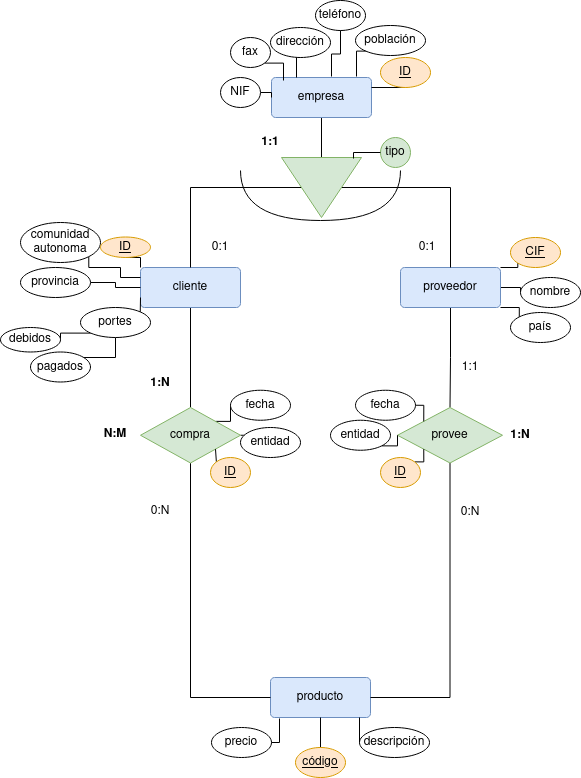
Above: Unidad-1/Tareas./Simulacro de examen/Empresa.drawio.png in mdiogc/base-datos (draw.io), before the change. Source tidied: cells renumbered, new cells last; positions are measured from the earlier drawing's top-left corner, leaving out a move shared by most shapes.
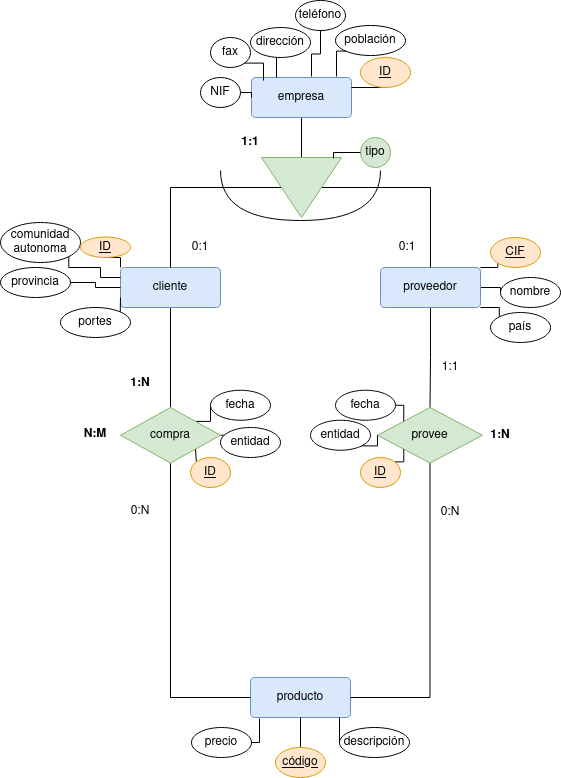
The same file after the commit.

What changed in the source:
```diff
@@ -110,12 +110,6 @@
     <mxCell id="35" style="edgeStyle=orthogonalEdgeStyle;rounded=0;jettySize=auto;html=1;exitX=1;exitY=0;exitDx=0;exitDy=0;entryX=0;entryY=0.75;entryDx=0;entryDy=0;endArrow=none;endFill=0;" parent="1" edge="1" source="38" target="3">
       <mxGeometry relative="1" as="geometry" />
     </mxCell>
-    <mxCell id="36" style="edgeStyle=orthogonalEdgeStyle;rounded=0;jettySize=auto;html=1;endArrow=none;endFill=0;" parent="1" edge="1" source="38" target="42">
-      <mxGeometry relative="1" as="geometry" />
-    </mxCell>
-    <mxCell id="37" style="edgeStyle=orthogonalEdgeStyle;rounded=0;jettySize=auto;html=1;exitX=0;exitY=1;exitDx=0;exitDy=0;entryX=1;entryY=0.5;entryDx=0;entryDy=0;endArrow=none;endFill=0;" parent="1" edge="1" source="38" target="41">
-      <mxGeometry relative="1" as="geometry" />
-    </mxCell>
     <mxCell id="38" value="portes" style="ellipse;whiteSpace=wrap;html=1;align=center;" parent="1" vertex="1">
       <mxGeometry x="80" y="307" width="70" height="30" as="geometry" />
     </mxCell>
@@ -125,12 +119,6 @@
     <mxCell id="40" value="&lt;u&gt;ID&lt;/u&gt;" style="ellipse;whiteSpace=wrap;html=1;align=center;fillColor=#ffe6cc;strokeColor=#d79b00;" parent="1" vertex="1">
       <mxGeometry x="100" y="236.5" width="50" height="20.5" as="geometry" />
     </mxCell>
-    <mxCell id="41" value="debidos" style="ellipse;whiteSpace=wrap;html=1;align=center;" parent="1" vertex="1">
-      <mxGeometry y="327" width="60" height="24.5" as="geometry" />
-    </mxCell>
-    <mxCell id="42" value="pagados" style="ellipse;whiteSpace=wrap;html=1;align=center;" parent="1" vertex="1">
-      <mxGeometry x="30" y="351.5" width="60" height="30" as="geometry" />
-    </mxCell>
     <mxCell id="43" style="edgeStyle=orthogonalEdgeStyle;rounded=0;jettySize=auto;html=1;exitX=0.5;exitY=1;exitDx=0;exitDy=0;entryX=0;entryY=0.5;entryDx=0;entryDy=0;endArrow=none;endFill=0;" parent="1" edge="1" source="46" target="16">
       <mxGeometry relative="1" as="geometry" />
     </mxCell>
```
